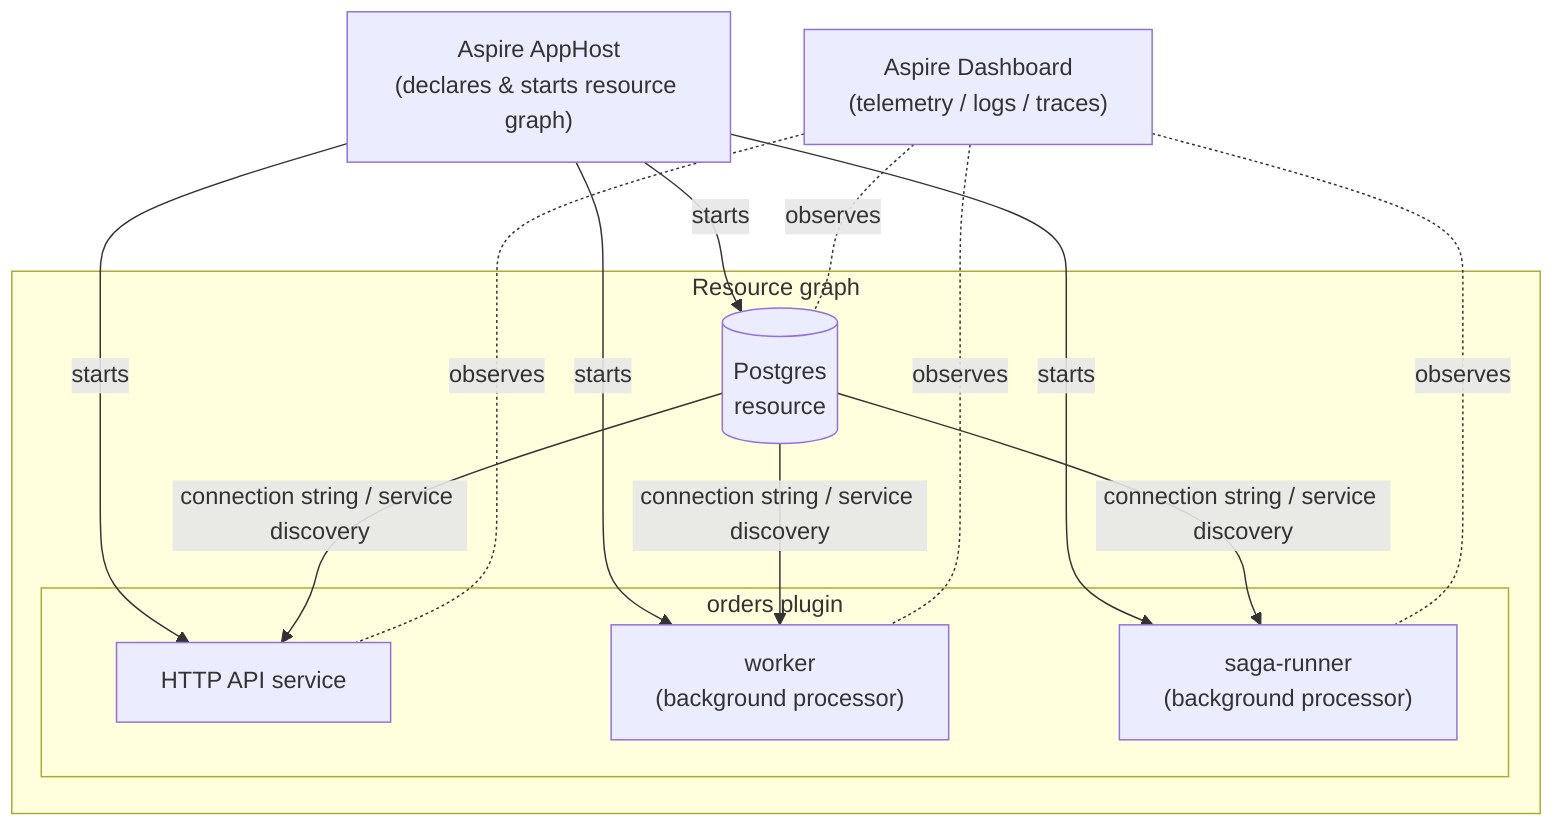
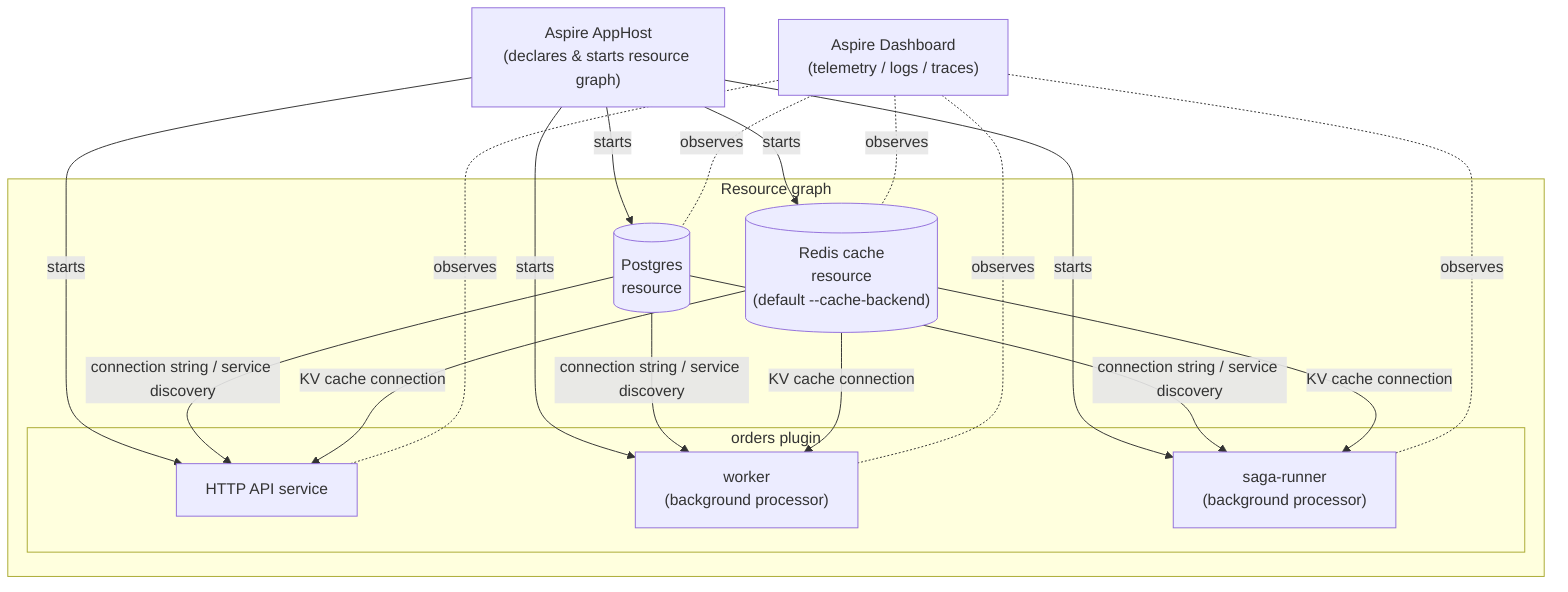
%% NetScript docs diagram: aspire-resource-graph
%% The .NET Aspire AppHost orchestrates a NetScript app's process graph in local dev.
- %% Theme-neutral; hand-authored SVG sibling lives at assets/diagrams/aspire-resource-graph.svg
+ %% Theme-neutral; SVG sibling is generated by _diagrams/render.ts into
+ %% assets/diagrams/aspire-resource-graph.svg (run `deno task diagrams:render`).
+ %% The cache is the default `redis` backend (--cache-backend redis|garnet|deno-kv;
+ %% redis/garnet are container resources, deno-kv is app-level with no resource).
flowchart TB
  AppHost["Aspire AppHost\n(declares & starts resource graph)"]
  Dashboard["Aspire Dashboard\n(telemetry / logs / traces)"]

  subgraph Resources["Resource graph"]
    Postgres[("Postgres\nresource")]
+     Redis[("Redis cache\nresource\n(default --cache-backend)")]

    subgraph Orders["orders plugin"]
      API["HTTP API service"]
      Worker["worker\n(background processor)"]
      Saga["saga-runner\n(background processor)"]
    end
  end

  AppHost -->|starts| Postgres
+   AppHost -->|starts| Redis
  AppHost -->|starts| API
  AppHost -->|starts| Worker
  AppHost -->|starts| Saga

  Postgres -->|connection string / service discovery| API
  Postgres -->|connection string / service discovery| Worker
  Postgres -->|connection string / service discovery| Saga

+   Redis -->|KV cache connection| API
+   Redis -->|KV cache connection| Worker
+   Redis -->|KV cache connection| Saga
+ 
  Dashboard -.observes.- Postgres
+   Dashboard -.observes.- Redis
  Dashboard -.observes.- API
  Dashboard -.observes.- Worker
  Dashboard -.observes.- Saga
